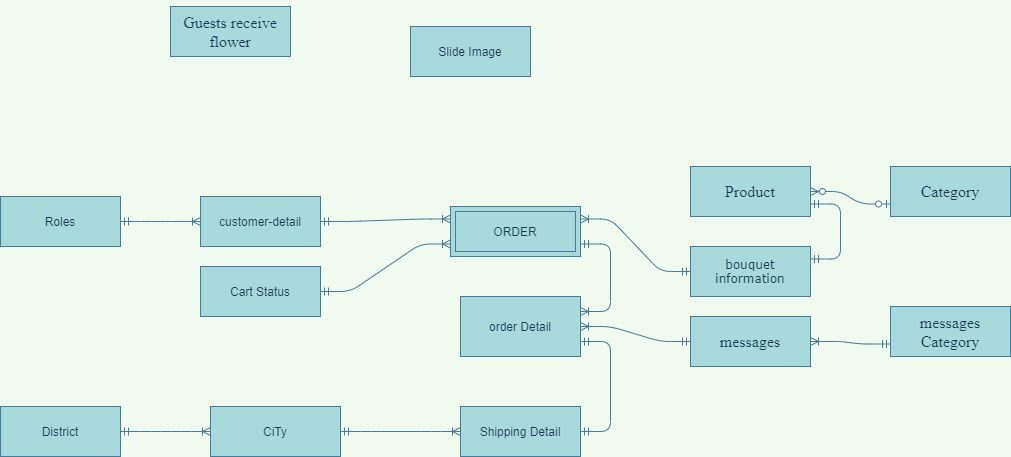
The draw.io diagram Untitled Diagram.png in maialino123/Eproject-SEM3, before a commit. Source tidied: cells renumbered, new cells last; positions are measured from the earlier drawing's top-left corner, leaving out a move shared by most shapes.
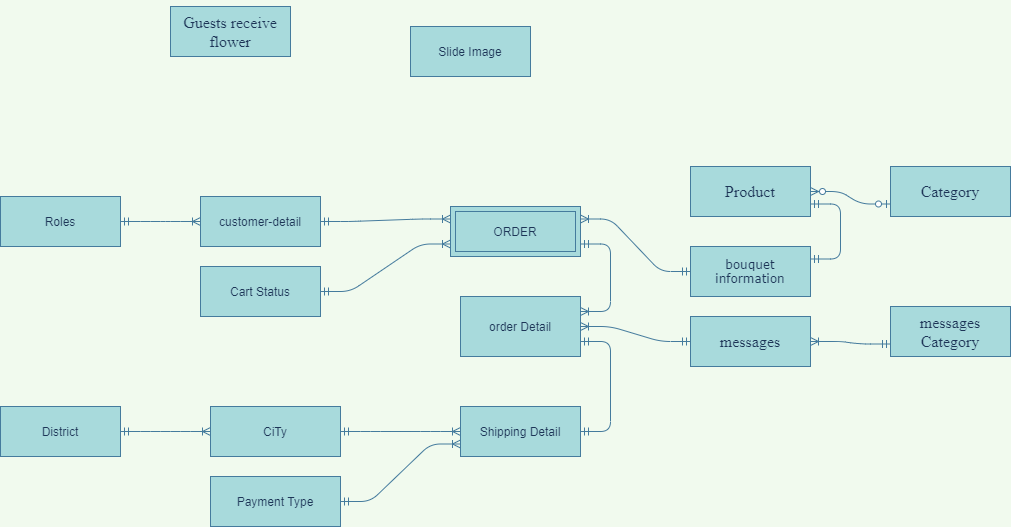
After the commit.

The edit, as a diff of the source:
```diff
@@ -83,5 +83,11 @@
     <mxCell id="28" style="edgeStyle=entityRelationEdgeStyle;fontSize=12;html=1;endArrow=ERmandOne;startArrow=ERmandOne;fontColor=#1D3557;strokeColor=#457B9D;fillColor=#A8DADC;entryX=1;entryY=0.5;entryDx=0;entryDy=0;exitX=1;exitY=0.75;exitDx=0;exitDy=0;" parent="1" edge="1" source="17" target="24">
       <mxGeometry relative="1" as="geometry" />
     </mxCell>
+    <mxCell id="29" value="Payment Type" style="whiteSpace=wrap;html=1;align=center;rounded=0;sketch=0;fontColor=#1D3557;strokeColor=#457B9D;fillColor=#A8DADC;" parent="1" vertex="1">
+      <mxGeometry x="210" y="470" width="130" height="50" as="geometry" />
+    </mxCell>
+    <mxCell id="30" style="edgeStyle=entityRelationEdgeStyle;fontSize=12;html=1;endArrow=ERoneToMany;startArrow=ERmandOne;fontColor=#1D3557;strokeColor=#457B9D;fillColor=#A8DADC;entryX=0;entryY=0.75;entryDx=0;entryDy=0;labelBackgroundColor=#F1FAEE;exitX=1;exitY=0.5;exitDx=0;exitDy=0;" parent="1" edge="1" source="29" target="24">
+      <mxGeometry relative="1" as="geometry" />
+    </mxCell>
   </root>
 </mxGraphModel>
```
